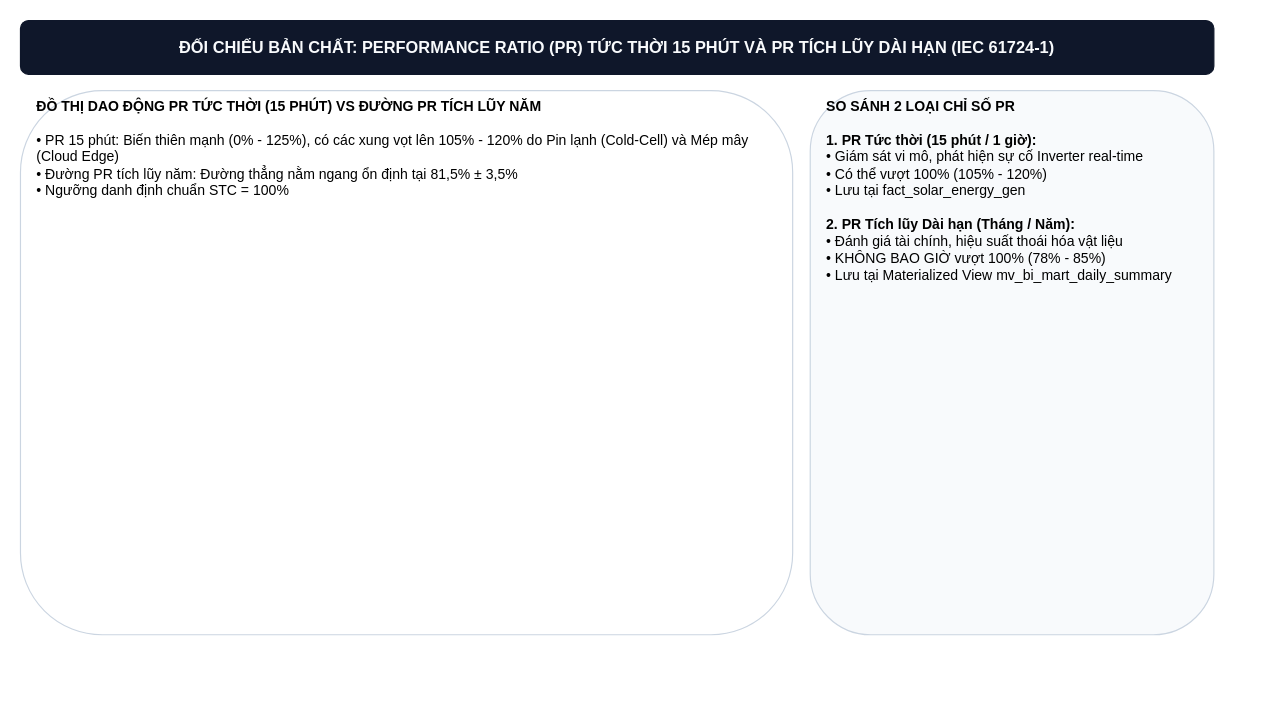
Before: docs/scrum_8_project_delivery_defense/diagrams/diagram_3_1_instantaneous_vs_longterm_pr.drawio in nguyenvunhut/solar-engergy, a draw.io diagram. Source tidied: cells renumbered, new cells numbered last; positions are measured from the earlier drawing's top-left corner, leaving out a move shared by most shapes. Both pictures are drawn from the tidied source at 117%, with x=0, y=0 at pixel (20, 20).
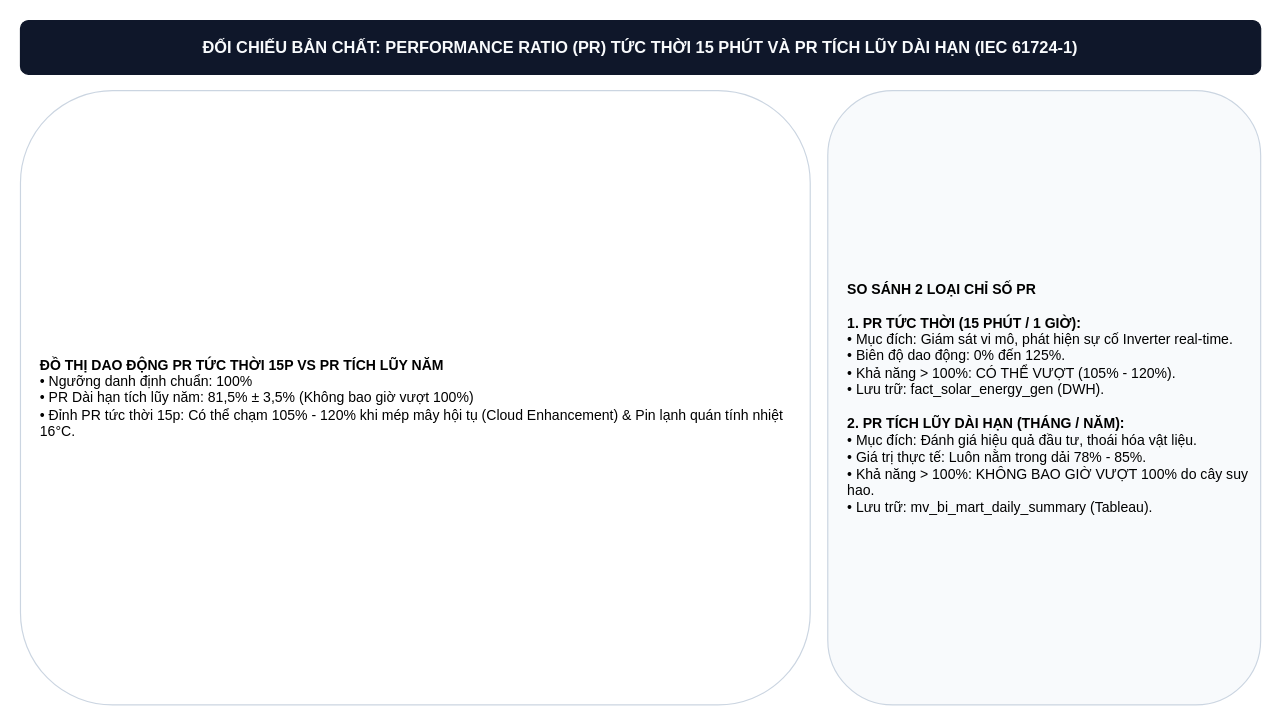
Above is the later version.

The edit, as a diff of the source:
```diff
@@
 <mxGraphModel>
   <root>
     <mxCell id="0" />
     <mxCell id="1" parent="0" />
     <mxCell id="2" value="&lt;b&gt;ĐỐI CHIẾU BẢN CHẤT: PERFORMANCE RATIO (PR) TỨC THỜI 15 PHÚT VÀ PR TÍCH LŨY DÀI HẠN (IEC 61724-1)&lt;/b&gt;" style="rounded=1;whiteSpace=wrap;html=1;fillColor=#0F172A;strokeColor=#0F172A;fontColor=#F8FAFC;fontSize=14;" parent="1" vertex="1">
-      <mxGeometry width="1020" height="46" as="geometry" />
+      <mxGeometry width="1060" height="46" as="geometry" />
     </mxCell>
-    <mxCell id="3" value="&lt;b&gt;ĐỒ THỊ DAO ĐỘNG PR TỨC THỜI (15 PHÚT) VS ĐƯỜNG PR TÍCH LŨY NĂM&lt;/b&gt;&lt;br&gt;&lt;br&gt;• PR 15 phút: Biến thiên mạnh (0% - 125%), có các xung vọt lên 105% - 120% do Pin lạnh (Cold-Cell) và Mép mây (Cloud Edge)&lt;br&gt;• Đường PR tích lũy năm: Đường thẳng nằm ngang ổn định tại 81,5% ± 3,5%&lt;br&gt;• Ngưỡng danh định chuẩn STC = 100%" style="rounded=1;whiteSpace=wrap;html=1;fillColor=#FFFFFF;strokeColor=#CBD5E1;align=left;spacingLeft=12;verticalAlign=top;" parent="1" vertex="1">
-      <mxGeometry y="60" width="660" height="465" as="geometry" />
-    </mxCell>
-    <mxCell id="4" value="&lt;b&gt;SO SÁNH 2 LOẠI CHỈ SỐ PR&lt;/b&gt;&lt;br&gt;&lt;br&gt;&lt;b&gt;1. PR Tức thời (15 phút / 1 giờ):&lt;/b&gt;&lt;br&gt;• Giám sát vi mô, phát hiện sự cố Inverter real-time&lt;br&gt;• Có thể vượt 100% (105% - 120%)&lt;br&gt;• Lưu tại fact_solar_energy_gen&lt;br&gt;&lt;br&gt;&lt;b&gt;2. PR Tích lũy Dài hạn (Tháng / Năm):&lt;/b&gt;&lt;br&gt;• Đánh giá tài chính, hiệu suất thoái hóa vật liệu&lt;br&gt;• KHÔNG BAO GIỜ vượt 100% (78% - 85%)&lt;br&gt;• Lưu tại Materialized View mv_bi_mart_daily_summary" style="rounded=1;whiteSpace=wrap;html=1;fillColor=#F8FAFC;strokeColor=#CBD5E1;align=left;spacingLeft=12;verticalAlign=top;" parent="1" vertex="1">
-      <mxGeometry x="675" y="60" width="345" height="465" as="geometry" />
-    </mxCell>
+    <mxCell id="5" value="&lt;b&gt;ĐỒ THỊ DAO ĐỘNG PR TỨC THỜI 15P VS PR TÍCH LŨY NĂM&lt;/b&gt;&lt;br&gt;• Ngưỡng danh định chuẩn: 100%&lt;br&gt;• PR Dài hạn tích lũy năm: 81,5% ± 3,5% (Không bao giờ vượt 100%)&lt;br&gt;• Đỉnh PR tức thời 15p: Có thể chạm 105% - 120% khi mép mây hội tụ (Cloud Enhancement) &amp;amp; Pin lạnh quán tính nhiệt 16°C." style="rounded=1;whiteSpace=wrap;html=1;fillColor=#FFFFFF;strokeColor=#CBD5E1;align=left;spacingLeft=15;" parent="1" vertex="1">
+      <mxGeometry y="60" width="675" height="525" as="geometry" />
+    </mxCell>
+    <mxCell id="6" value="&lt;b&gt;SO SÁNH 2 LOẠI CHỈ SỐ PR&lt;/b&gt;&lt;br&gt;&lt;br&gt;&lt;b&gt;1. PR TỨC THỜI (15 PHÚT / 1 GIỜ):&lt;/b&gt;&lt;br&gt;• Mục đích: Giám sát vi mô, phát hiện sự cố Inverter real-time.&lt;br&gt;• Biên độ dao động: 0% đến 125%.&lt;br&gt;• Khả năng &gt; 100%: CÓ THỂ VƯỢT (105% - 120%).&lt;br&gt;• Lưu trữ: fact_solar_energy_gen (DWH).&lt;br&gt;&lt;br&gt;&lt;b&gt;2. PR TÍCH LŨY DÀI HẠN (THÁNG / NĂM):&lt;/b&gt;&lt;br&gt;• Mục đích: Đánh giá hiệu quả đầu tư, thoái hóa vật liệu.&lt;br&gt;• Giá trị thực tế: Luôn nằm trong dải 78% - 85%.&lt;br&gt;• Khả năng &gt; 100%: KHÔNG BAO GIỜ VƯỢT 100% do cây suy hao.&lt;br&gt;• Lưu trữ: mv_bi_mart_daily_summary (Tableau)." style="rounded=1;whiteSpace=wrap;html=1;fillColor=#F8FAFC;strokeColor=#CBD5E1;align=left;spacingLeft=15;" parent="1" vertex="1">
+      <mxGeometry x="690" y="60" width="370" height="525" as="geometry" />
+    </mxCell>
   </root>
 </mxGraphModel>
```
